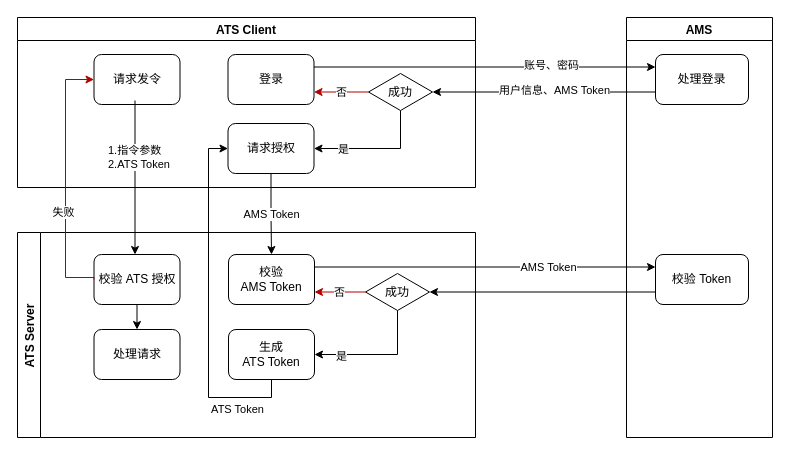
This is Draw/ATS/Authority_Client.drawio from huangjia2107/DrawOnline, a draw.io file, before an edit. Source tidied: cells renumbered, new cells numbered last; positions are measured from the earlier drawing's top-left corner, leaving out a move shared by most shapes. Both pictures are drawn from the tidied source at 100%, with x=0, y=0 at pixel (17, 17).
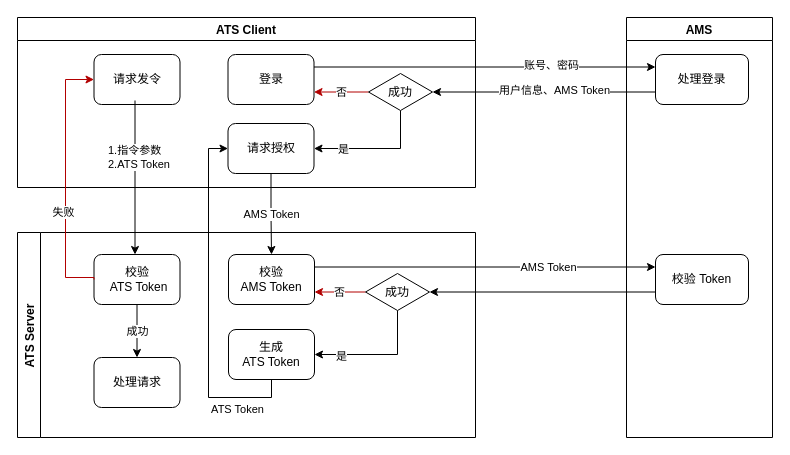
The same page after the edit.

Unchanged cells that the change refers to:
```xml
<mxCell id="2" value="ATS Server" style="swimlane;horizontal=0;" parent="1" vertex="1">
  <mxGeometry y="215" width="458" height="205" as="geometry" />
</mxCell>
```

Change to the diagram source:
```diff
@@
-    <mxCell id="3" style="edgeStyle=orthogonalEdgeStyle;rounded=0;jettySize=auto;html=1;exitX=0.5;exitY=1;exitDx=0;exitDy=0;entryX=0.5;entryY=0;entryDx=0;entryDy=0;" parent="2" edge="1" source="4" target="5">
-      <mxGeometry relative="1" as="geometry" />
+    <mxCell id="3" value="成功" style="edgeStyle=orthogonalEdgeStyle;rounded=0;jettySize=auto;html=1;exitX=0.5;exitY=1;exitDx=0;exitDy=0;entryX=0.5;entryY=0;entryDx=0;entryDy=0;" parent="2" edge="1" source="4" target="5">
+      <mxGeometry relative="1" as="geometry">
+        <Array as="points">
+          <mxPoint x="120" y="95" />
+          <mxPoint x="120" y="95" />
+        </Array>
+      </mxGeometry>
     </mxCell>
-    <mxCell id="4" value="校验 ATS 授权" style="rounded=1;whiteSpace=wrap;html=1;" parent="2" vertex="1">
-      <mxGeometry x="76.5" y="22" width="86" height="50" as="geometry" />
-    </mxCell>
     <mxCell id="5" value="处理请求" style="rounded=1;whiteSpace=wrap;html=1;" parent="2" vertex="1">
-      <mxGeometry x="76.5" y="97" width="86" height="50" as="geometry" />
+      <mxGeometry x="76.5" y="125" width="86" height="50" as="geometry" />
     </mxCell>
@@
+    <mxCell id="4" value="校验&lt;br&gt;&amp;nbsp;ATS Token" style="rounded=1;whiteSpace=wrap;html=1;" parent="2" vertex="1">
+      <mxGeometry x="76.5" y="22" width="86" height="50" as="geometry" />
+    </mxCell>
```
